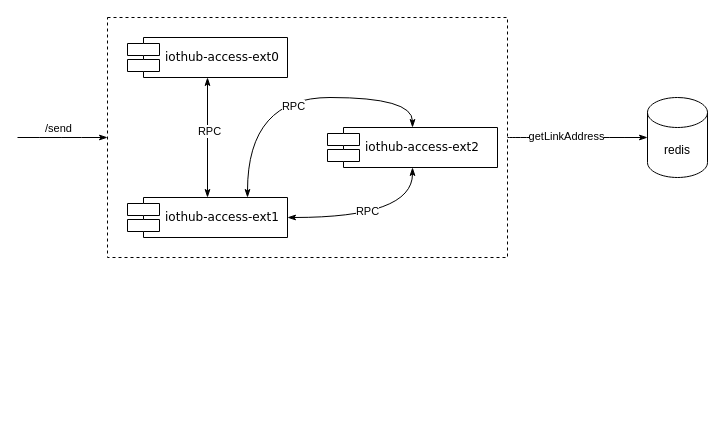
yzzh9/yzzh9 keeps this draw.io diagram as root/三做实/三做实指令下发.drawio. Above is the earlier version. Source tidied: cells renumbered, new cells numbered last; positions are measured from the earlier drawing's top-left corner, leaving out a move shared by most shapes. Both pictures are drawn from the tidied source at 100%, with x=0, y=0 at pixel (17, 17).
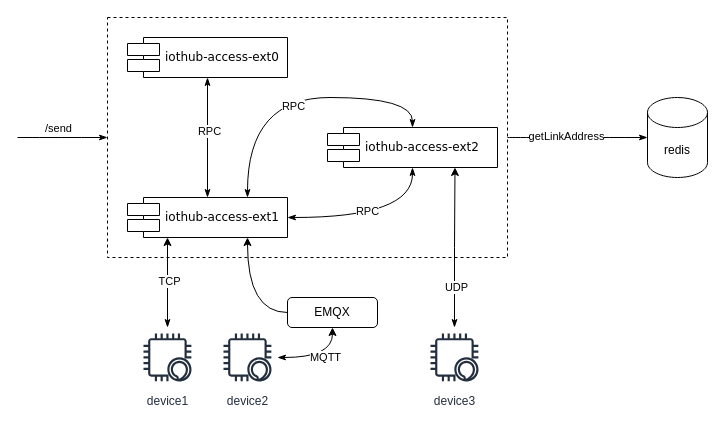
The same page after the edit.

Commit message:
更新三做实指令下发.drawio

The change refers to these unchanged cells:
```xml
<mxCell id="13" value="iothub-access-ext1" style="shape=component;align=left;spacingLeft=36;rounded=0;shadow=0;comic=0;labelBackgroundColor=none;strokeColor=#000000;strokeWidth=1;fillColor=#ffffff;fontFamily=Verdana;fontSize=12;fontColor=#000000;html=1;" parent="1" vertex="1">
  <mxGeometry x="110" y="180" width="160" height="40" as="geometry" />
</mxCell>
<mxCell id="16" value="iothub-access-ext2" style="shape=component;align=left;spacingLeft=36;rounded=0;shadow=0;comic=0;labelBackgroundColor=none;strokeColor=#000000;strokeWidth=1;fillColor=#ffffff;fontFamily=Verdana;fontSize=12;fontColor=#000000;html=1;" parent="1" vertex="1">
  <mxGeometry x="310" y="110" width="170" height="40" as="geometry" />
</mxCell>
```

Change to the diagram source:
```diff
@@
+    <mxCell id="18" style="edgeStyle=orthogonalEdgeStyle;rounded=0;jettySize=auto;html=1;entryX=0.25;entryY=1;entryDx=0;entryDy=0;startArrow=classicThin;startFill=1;" parent="1" edge="1" source="20" target="13">
+      <mxGeometry relative="1" as="geometry" />
+    </mxCell>
+    <mxCell id="19" value="TCP" style="edgeLabel;html=1;align=center;verticalAlign=middle;" parent="18" vertex="1">
+      <mxGeometry x="0.04" y="-1" relative="1" as="geometry" />
+    </mxCell>
+    <mxCell id="20" value="device1" style="sketch=0;outlineConnect=0;fontColor=#232F3E;gradientColor=none;strokeColor=#232F3E;fillColor=#ffffff;dashed=0;verticalLabelPosition=bottom;verticalAlign=top;align=center;html=1;fontSize=12;fontStyle=0;shape=mxgraph.aws4.resourceIcon;resIcon=mxgraph.aws4.alexa_enabled_device;" parent="1" vertex="1">
+      <mxGeometry x="120" y="310" width="60" height="60" as="geometry" />
+    </mxCell>
+    <mxCell id="21" style="edgeStyle=orthogonalEdgeStyle;rounded=0;jettySize=auto;html=1;entryX=0.5;entryY=1;entryDx=0;entryDy=0;startArrow=classicThin;startFill=1;curved=1;" parent="1" edge="1" source="23" target="28">
+      <mxGeometry relative="1" as="geometry" />
+    </mxCell>
+    <mxCell id="22" value="MQTT" style="edgeLabel;html=1;align=center;verticalAlign=middle;" parent="21" vertex="1">
+      <mxGeometry x="0.11" y="1" relative="1" as="geometry" />
+    </mxCell>
+    <mxCell id="23" value="device2" style="sketch=0;outlineConnect=0;fontColor=#232F3E;gradientColor=none;strokeColor=#232F3E;fillColor=#ffffff;dashed=0;verticalLabelPosition=bottom;verticalAlign=top;align=center;html=1;fontSize=12;fontStyle=0;shape=mxgraph.aws4.resourceIcon;resIcon=mxgraph.aws4.alexa_enabled_device;" parent="1" vertex="1">
+      <mxGeometry x="200" y="310" width="60" height="60" as="geometry" />
+    </mxCell>
+    <mxCell id="24" style="edgeStyle=orthogonalEdgeStyle;rounded=0;jettySize=auto;html=1;entryX=0.75;entryY=1;entryDx=0;entryDy=0;startArrow=classicThin;startFill=1;" parent="1" edge="1" source="26" target="16">
+      <mxGeometry relative="1" as="geometry" />
+    </mxCell>
+    <mxCell id="25" value="UDP" style="edgeLabel;html=1;align=center;verticalAlign=middle;" parent="24" vertex="1">
+      <mxGeometry x="-0.49" y="-1" relative="1" as="geometry" />
+    </mxCell>
+    <mxCell id="26" value="device3" style="sketch=0;outlineConnect=0;fontColor=#232F3E;gradientColor=none;strokeColor=#232F3E;fillColor=#ffffff;dashed=0;verticalLabelPosition=bottom;verticalAlign=top;align=center;html=1;fontSize=12;fontStyle=0;shape=mxgraph.aws4.resourceIcon;resIcon=mxgraph.aws4.alexa_enabled_device;" parent="1" vertex="1">
+      <mxGeometry x="407" y="310" width="60" height="60" as="geometry" />
+    </mxCell>
+    <mxCell id="27" style="edgeStyle=orthogonalEdgeStyle;rounded=0;jettySize=auto;html=1;entryX=0.75;entryY=1;entryDx=0;entryDy=0;exitX=0;exitY=0.5;exitDx=0;exitDy=0;curved=1;" parent="1" edge="1" source="28" target="13">
+      <mxGeometry relative="1" as="geometry" />
+    </mxCell>
+    <mxCell id="28" value="EMQX" style="rounded=1;whiteSpace=wrap;html=1;" parent="1" vertex="1">
+      <mxGeometry x="270" y="280" width="90" height="30" as="geometry" />
+    </mxCell>
```
